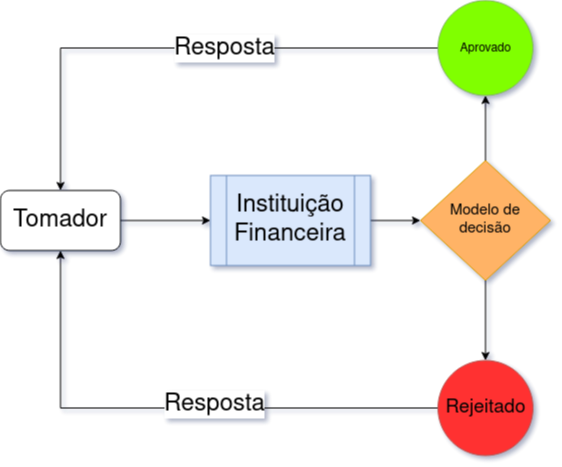
ConradBitt/Credit_Scoring keeps this draw.io diagram as images/pedido_credito.png. Above is the earlier version. Source tidied: cells renumbered, new cells last; positions are measured from the earlier drawing's top-left corner, leaving out a move shared by most shapes. Its diagram source:
```xml
<mxGraphModel>
  <root>
    <mxCell id="0" />
    <mxCell id="1" parent="0" />
    <mxCell id="2" style="edgeStyle=orthogonalEdgeStyle;rounded=0;jettySize=auto;html=1;" parent="1" edge="1" source="3" target="5">
      <mxGeometry relative="1" as="geometry" />
    </mxCell>
    <mxCell id="3" value="&lt;font style=&quot;font-size: 24px&quot;&gt;Tomador&lt;/font&gt;" style="rounded=1;whiteSpace=wrap;html=1;" parent="1" vertex="1">
      <mxGeometry y="190" width="120" height="60" as="geometry" />
    </mxCell>
    <mxCell id="4" style="edgeStyle=orthogonalEdgeStyle;rounded=0;jettySize=auto;html=1;" parent="1" edge="1" source="5" target="8">
      <mxGeometry relative="1" as="geometry" />
    </mxCell>
    <mxCell id="5" value="&lt;div style=&quot;font-size: 24px&quot;&gt;&lt;font style=&quot;font-size: 24px&quot;&gt;Instituição Financeira&lt;/font&gt;&lt;/div&gt;" style="shape=process;whiteSpace=wrap;html=1;backgroundOutline=1;fillColor=#dae8fc;strokeColor=#6c8ebf;" parent="1" vertex="1">
      <mxGeometry x="210" y="175" width="160" height="90" as="geometry" />
    </mxCell>
    <mxCell id="6" style="edgeStyle=orthogonalEdgeStyle;rounded=0;jettySize=auto;html=1;" parent="1" edge="1" source="8" target="11">
      <mxGeometry relative="1" as="geometry" />
    </mxCell>
    <mxCell id="7" style="edgeStyle=orthogonalEdgeStyle;rounded=0;jettySize=auto;html=1;" parent="1" edge="1" source="8" target="14">
      <mxGeometry relative="1" as="geometry" />
    </mxCell>
    <mxCell id="8" value="&lt;div&gt;&lt;font style=&quot;font-size: 15px&quot;&gt;Modelo de &lt;br&gt;&lt;/font&gt;&lt;/div&gt;&lt;div&gt;&lt;font style=&quot;font-size: 15px&quot;&gt;decisão&lt;/font&gt;&lt;/div&gt;" style="rhombus;whiteSpace=wrap;html=1;strokeColor=#d79b00;fillColor=#FFB366;" parent="1" vertex="1">
      <mxGeometry x="420" y="160" width="130" height="120" as="geometry" />
    </mxCell>
    <mxCell id="9" style="edgeStyle=orthogonalEdgeStyle;rounded=0;jettySize=auto;html=1;" parent="1" edge="1" source="11" target="3">
      <mxGeometry relative="1" as="geometry" />
    </mxCell>
    <mxCell id="10" value="&lt;font style=&quot;font-size: 24px&quot;&gt;Resposta&lt;/font&gt;" style="edgeLabel;html=1;align=center;verticalAlign=middle;" parent="9" vertex="1">
      <mxGeometry x="-0.3" y="-3" relative="1" as="geometry">
        <mxPoint x="-32" y="3" as="offset" />
      </mxGeometry>
    </mxCell>
    <mxCell id="11" value="&lt;div&gt;Aprovado&lt;/div&gt;" style="ellipse;whiteSpace=wrap;html=1;strokeColor=#82b366;fillColor=#80FF00;" parent="1" vertex="1">
      <mxGeometry x="437.5" width="95" height="95" as="geometry" />
    </mxCell>
    <mxCell id="12" style="edgeStyle=orthogonalEdgeStyle;rounded=0;jettySize=auto;html=1;entryX=0.5;entryY=1;entryDx=0;entryDy=0;" parent="1" edge="1" source="14" target="3">
      <mxGeometry relative="1" as="geometry" />
    </mxCell>
    <mxCell id="13" value="&lt;font style=&quot;font-size: 24px&quot;&gt;Resposta&lt;/font&gt;" style="edgeLabel;html=1;align=center;verticalAlign=middle;" parent="12" vertex="1">
      <mxGeometry x="-0.16" y="-4" relative="1" as="geometry" />
    </mxCell>
    <mxCell id="14" value="&lt;font style=&quot;font-size: 19px&quot;&gt;Rejeitado&lt;/font&gt;" style="ellipse;whiteSpace=wrap;html=1;strokeColor=#b85450;fillColor=#FF3333;" parent="1" vertex="1">
      <mxGeometry x="437.5" y="360" width="95" height="95" as="geometry" />
    </mxCell>
  </root>
</mxGraphModel>
```
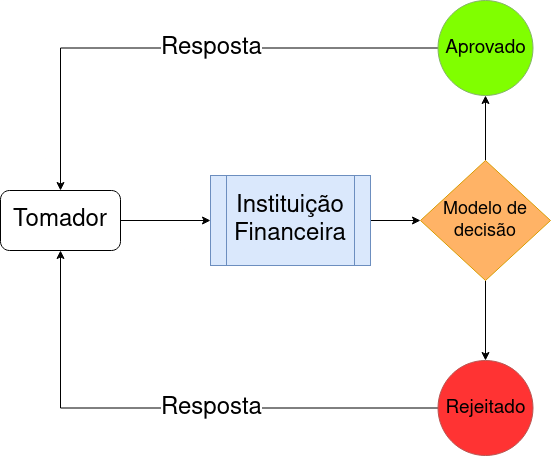
Later version of the same file.

Commit message:
renomeando notebook e adicionando imagens

The edit, as a diff of the source:
```diff
@@ -20,7 +20,7 @@
     <mxCell id="7" style="edgeStyle=orthogonalEdgeStyle;rounded=0;jettySize=auto;html=1;" parent="1" edge="1" source="8" target="14">
       <mxGeometry relative="1" as="geometry" />
     </mxCell>
-    <mxCell id="8" value="&lt;div&gt;&lt;font style=&quot;font-size: 15px&quot;&gt;Modelo de &lt;br&gt;&lt;/font&gt;&lt;/div&gt;&lt;div&gt;&lt;font style=&quot;font-size: 15px&quot;&gt;decisão&lt;/font&gt;&lt;/div&gt;" style="rhombus;whiteSpace=wrap;html=1;strokeColor=#d79b00;fillColor=#FFB366;" parent="1" vertex="1">
+    <mxCell id="8" value="&lt;div style=&quot;font-size: 18px&quot;&gt;&lt;font style=&quot;font-size: 18px&quot;&gt;Modelo de &lt;br&gt;&lt;/font&gt;&lt;/div&gt;&lt;div style=&quot;font-size: 18px&quot;&gt;&lt;font style=&quot;font-size: 18px&quot;&gt;decisão&lt;/font&gt;&lt;/div&gt;" style="rhombus;whiteSpace=wrap;html=1;strokeColor=#d79b00;fillColor=#FFB366;" parent="1" vertex="1">
       <mxGeometry x="420" y="160" width="130" height="120" as="geometry" />
     </mxCell>
     <mxCell id="9" style="edgeStyle=orthogonalEdgeStyle;rounded=0;jettySize=auto;html=1;" parent="1" edge="1" source="11" target="3">
@@ -28,17 +28,19 @@
     </mxCell>
     <mxCell id="10" value="&lt;font style=&quot;font-size: 24px&quot;&gt;Resposta&lt;/font&gt;" style="edgeLabel;html=1;align=center;verticalAlign=middle;" parent="9" vertex="1">
       <mxGeometry x="-0.3" y="-3" relative="1" as="geometry">
-        <mxPoint x="-32" y="3" as="offset" />
+        <mxPoint x="-45" y="3" as="offset" />
       </mxGeometry>
     </mxCell>
-    <mxCell id="11" value="&lt;div&gt;Aprovado&lt;/div&gt;" style="ellipse;whiteSpace=wrap;html=1;strokeColor=#82b366;fillColor=#80FF00;" parent="1" vertex="1">
+    <mxCell id="11" value="&lt;div style=&quot;font-size: 19px&quot;&gt;&lt;font style=&quot;font-size: 19px&quot;&gt;Aprovado&lt;/font&gt;&lt;/div&gt;" style="ellipse;whiteSpace=wrap;html=1;strokeColor=#82b366;fillColor=#80FF00;" parent="1" vertex="1">
       <mxGeometry x="437.5" width="95" height="95" as="geometry" />
     </mxCell>
     <mxCell id="12" style="edgeStyle=orthogonalEdgeStyle;rounded=0;jettySize=auto;html=1;entryX=0.5;entryY=1;entryDx=0;entryDy=0;" parent="1" edge="1" source="14" target="3">
       <mxGeometry relative="1" as="geometry" />
     </mxCell>
     <mxCell id="13" value="&lt;font style=&quot;font-size: 24px&quot;&gt;Resposta&lt;/font&gt;" style="edgeLabel;html=1;align=center;verticalAlign=middle;" parent="12" vertex="1">
-      <mxGeometry x="-0.16" y="-4" relative="1" as="geometry" />
+      <mxGeometry x="-0.16" y="-4" relative="1" as="geometry">
+        <mxPoint x="-3" y="4" as="offset" />
+      </mxGeometry>
     </mxCell>
     <mxCell id="14" value="&lt;font style=&quot;font-size: 19px&quot;&gt;Rejeitado&lt;/font&gt;" style="ellipse;whiteSpace=wrap;html=1;strokeColor=#b85450;fillColor=#FF3333;" parent="1" vertex="1">
       <mxGeometry x="437.5" y="360" width="95" height="95" as="geometry" />
```
